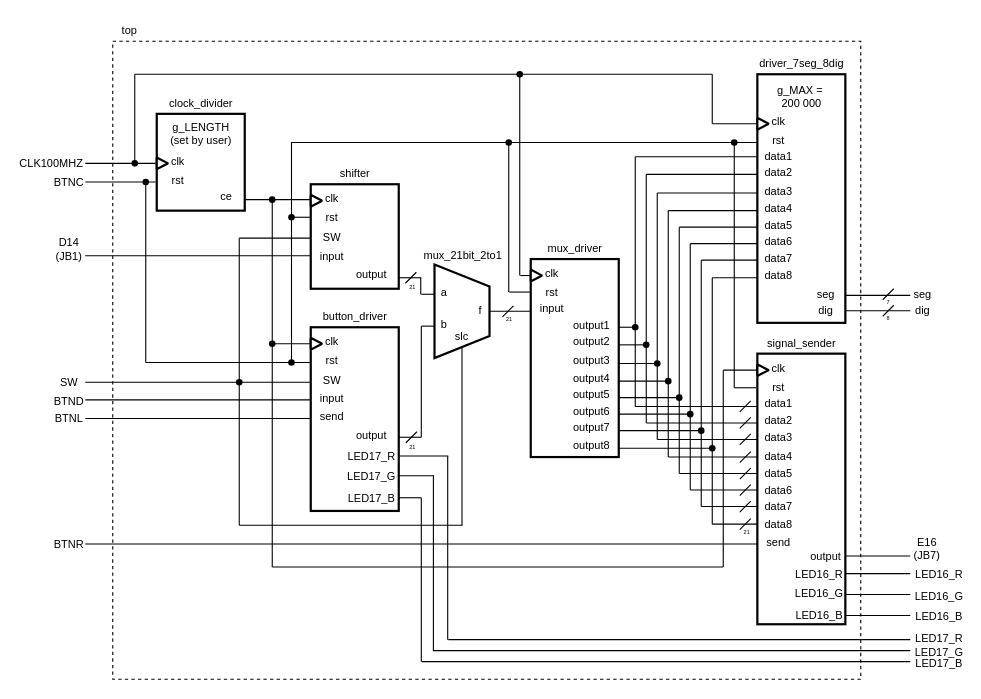
Before: img/MAIN.drawio in dmitrii-semenov/morse-coder-decoder, a draw.io diagram. Source tidied: cells renumbered, new cells numbered last; positions are measured from the earlier drawing's top-left corner, leaving out a move shared by most shapes. Both pictures are drawn from the tidied source at 110%, with x=0, y=0 at pixel (34, 19).
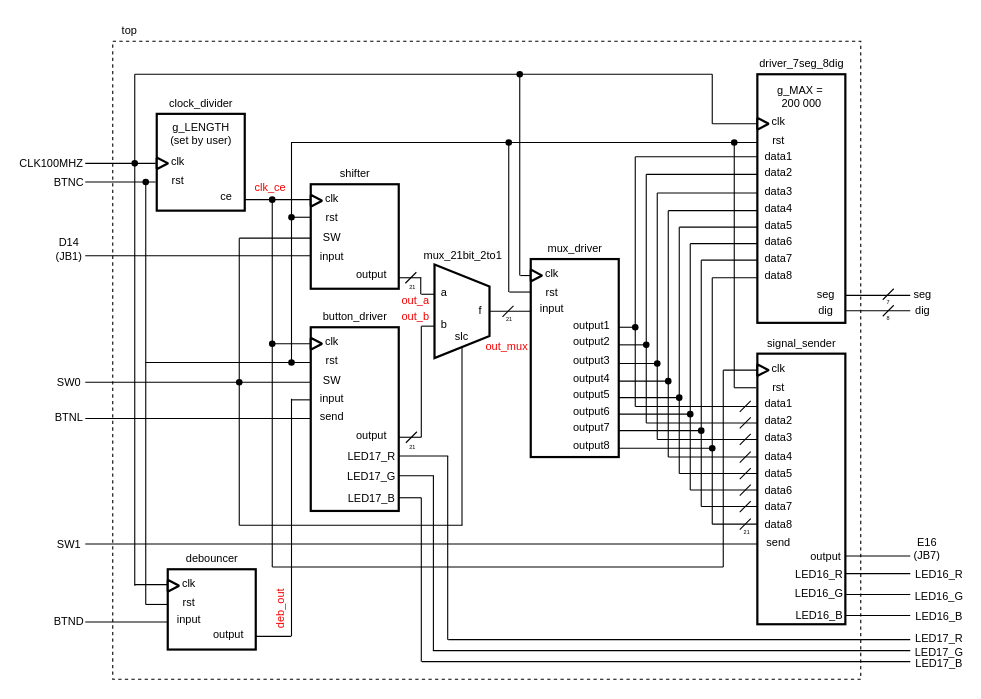
After the change.

The change refers to these unchanged cells:
```xml
<mxCell id="27" style="group;" parent="1" vertex="1">
  <mxGeometry x="351.5" y="200" width="139.5" height="397" as="geometry" />
</mxCell>
```

The edit, as a diff of the source:
```diff
@@
+    <mxCell id="246" value="out_a" style="text;strokeColor=none;fillColor=none;html=1;fontSize=10;fontStyle=0;verticalAlign=middle;align=center;fontColor=#f40101;" parent="27" vertex="1">
+      <mxGeometry x="-20.5" y="45" width="30" height="20" as="geometry" />
+    </mxCell>
+    <mxCell id="247" value="out_mux" style="text;strokeColor=none;fillColor=none;html=1;fontSize=10;fontStyle=0;verticalAlign=middle;align=center;fontColor=#f40101;" parent="27" vertex="1">
+      <mxGeometry x="62" y="87" width="30" height="20" as="geometry" />
+    </mxCell>
@@
     <mxCell id="129" style="line;strokeWidth=1;direction=south;html=1;rounded=0;strokeColor=default;fontFamily=Helvetica;fontSize=12;fontColor=default;fillColor=none;gradientColor=default;" parent="1" vertex="1">
-      <mxGeometry x="86" y="50" width="10" height="80" as="geometry" />
+      <mxGeometry x="86" y="50" width="10" height="465" as="geometry" />
     </mxCell>
@@
     <mxCell id="138" style="line;strokeWidth=1;html=1;" parent="1" vertex="1">
-      <mxGeometry x="46" y="341" width="205" height="10" as="geometry" />
+      <mxGeometry x="46" y="543" width="75" height="10" as="geometry" />
     </mxCell>
@@
     <mxCell id="142" style="line;strokeWidth=1;direction=south;html=1;rounded=0;strokeColor=default;fontFamily=Helvetica;fontSize=12;fontColor=default;fillColor=none;gradientColor=default;" parent="1" vertex="1">
-      <mxGeometry x="96" y="149" width="10" height="163" as="geometry" />
+      <mxGeometry x="96" y="149" width="10" height="383" as="geometry" />
     </mxCell>
@@
-    <mxCell id="217" value="SW" style="text;strokeColor=none;fillColor=none;html=1;fontSize=10;fontStyle=0;verticalAlign=middle;align=center;" parent="1" vertex="1">
+    <mxCell id="217" value="SW0" style="text;strokeColor=none;fillColor=none;html=1;fontSize=10;fontStyle=0;verticalAlign=middle;align=center;" parent="1" vertex="1">
       <mxGeometry x="16" y="324.5" width="30" height="10" as="geometry" />
     </mxCell>
     <mxCell id="218" value="BTND" style="text;strokeColor=none;fillColor=none;html=1;fontSize=10;fontStyle=0;verticalAlign=middle;align=center;" parent="1" vertex="1">
-      <mxGeometry x="16" y="342" width="30" height="10" as="geometry" />
+      <mxGeometry x="16" y="542" width="30" height="10" as="geometry" />
     </mxCell>
     <mxCell id="219" value="BTNL" style="text;strokeColor=none;fillColor=none;html=1;fontSize=10;fontStyle=0;verticalAlign=middle;align=center;" parent="1" vertex="1">
-      <mxGeometry x="16" y="358" width="30" height="10" as="geometry" />
+      <mxGeometry x="16" y="357" width="30" height="10" as="geometry" />
     </mxCell>
@@
-    <mxCell id="221" value="BTNR" style="text;strokeColor=none;fillColor=none;html=1;fontSize=10;fontStyle=0;verticalAlign=middle;align=center;" parent="1" vertex="1">
+    <mxCell id="221" value="SW1" style="text;strokeColor=none;fillColor=none;html=1;fontSize=10;fontStyle=0;verticalAlign=middle;align=center;" parent="1" vertex="1">
       <mxGeometry x="16" y="472" width="30" height="10" as="geometry" />
     </mxCell>
@@
+    <mxCell id="248" style="group;" parent="1" vertex="1">
+      <mxGeometry x="121" y="480" width="80" height="93" as="geometry" />
+    </mxCell>
+    <mxCell id="249" style="whiteSpace=wrap;html=1;strokeWidth=2;" parent="248" vertex="1">
+      <mxGeometry y="20" width="80" height="73" as="geometry" />
+    </mxCell>
+    <mxCell id="250" value="clk" style="text;strokeColor=none;fillColor=none;html=1;fontSize=10;fontStyle=0;verticalAlign=middle;align=center;" parent="248" vertex="1">
+      <mxGeometry x="4" y="23" width="30" height="20" as="geometry" />
+    </mxCell>
+    <mxCell id="251" style="strokeWidth=2;html=1;shape=mxgraph.flowchart.extract_or_measurement;whiteSpace=wrap;rotation=90;" parent="248" vertex="1">
+      <mxGeometry y="30" width="10" height="10" as="geometry" />
+    </mxCell>
+    <mxCell id="252" value="rst" style="text;strokeColor=none;fillColor=none;html=1;fontSize=10;fontStyle=0;verticalAlign=middle;align=center;" parent="248" vertex="1">
+      <mxGeometry x="4" y="40" width="30" height="20" as="geometry" />
+    </mxCell>
+    <mxCell id="253" value="input" style="text;strokeColor=none;fillColor=none;html=1;fontSize=10;fontStyle=0;verticalAlign=middle;align=center;" parent="248" vertex="1">
+      <mxGeometry x="4" y="60" width="30" height="10" as="geometry" />
+    </mxCell>
+    <mxCell id="254" style="edgeStyle=orthogonalEdgeStyle;rounded=0;orthogonalLoop=1;jettySize=auto;html=1;exitX=0.5;exitY=1;exitDx=0;exitDy=0;" parent="248" edge="1" source="249" target="249">
+      <mxGeometry relative="1" as="geometry" />
+    </mxCell>
+    <mxCell id="255" value="output" style="text;strokeColor=none;fillColor=none;html=1;fontSize=10;fontStyle=0;verticalAlign=middle;align=center;" parent="248" vertex="1">
+      <mxGeometry x="40" y="74" width="30" height="10" as="geometry" />
+    </mxCell>
+    <mxCell id="256" value="debouncer" style="text;strokeColor=none;fillColor=none;html=1;fontSize=10;fontStyle=0;verticalAlign=middle;align=center;" parent="248" vertex="1">
+      <mxGeometry x="25" width="30" height="20" as="geometry" />
+    </mxCell>
+    <mxCell id="257" style="line;strokeWidth=1;html=1;" parent="1" vertex="1">
+      <mxGeometry x="101" y="527" width="20" height="10" as="geometry" />
+    </mxCell>
+    <mxCell id="258" style="line;strokeWidth=1;html=1;" parent="1" vertex="1">
+      <mxGeometry x="91" y="509" width="30" height="10" as="geometry" />
+    </mxCell>
+    <mxCell id="259" style="line;strokeWidth=1;direction=south;html=1;rounded=0;strokeColor=default;fontFamily=Helvetica;fontSize=12;fontColor=default;fillColor=none;gradientColor=default;" parent="1" vertex="1">
+      <mxGeometry x="228.5" y="345" width="10" height="216" as="geometry" />
+    </mxCell>
+    <mxCell id="260" style="line;strokeWidth=1;html=1;" parent="1" vertex="1">
+      <mxGeometry x="201" y="556" width="32" height="10" as="geometry" />
+    </mxCell>
+    <mxCell id="261" style="line;strokeWidth=1;html=1;" parent="1" vertex="1">
+      <mxGeometry x="233" y="341" width="18" height="10" as="geometry" />
+    </mxCell>
+    <mxCell id="262" value="clk_ce" style="text;strokeColor=none;fillColor=none;html=1;fontSize=10;fontStyle=0;verticalAlign=middle;align=center;fontColor=#f40101;" parent="1" vertex="1">
+      <mxGeometry x="198.5" y="143" width="30" height="20" as="geometry" />
+    </mxCell>
+    <mxCell id="263" value="deb_out" style="text;strokeColor=none;fillColor=none;html=1;fontSize=10;fontStyle=0;verticalAlign=middle;align=center;fontColor=#f40101;rotation=-90;" parent="1" vertex="1">
+      <mxGeometry x="208.5" y="527" width="30" height="20" as="geometry" />
+    </mxCell>
+    <mxCell id="264" value="out_b" style="text;strokeColor=none;fillColor=none;html=1;fontSize=10;fontStyle=0;verticalAlign=middle;align=center;fontColor=#f40101;" parent="1" vertex="1">
+      <mxGeometry x="331" y="260" width="30" height="20" as="geometry" />
+    </mxCell>
```
